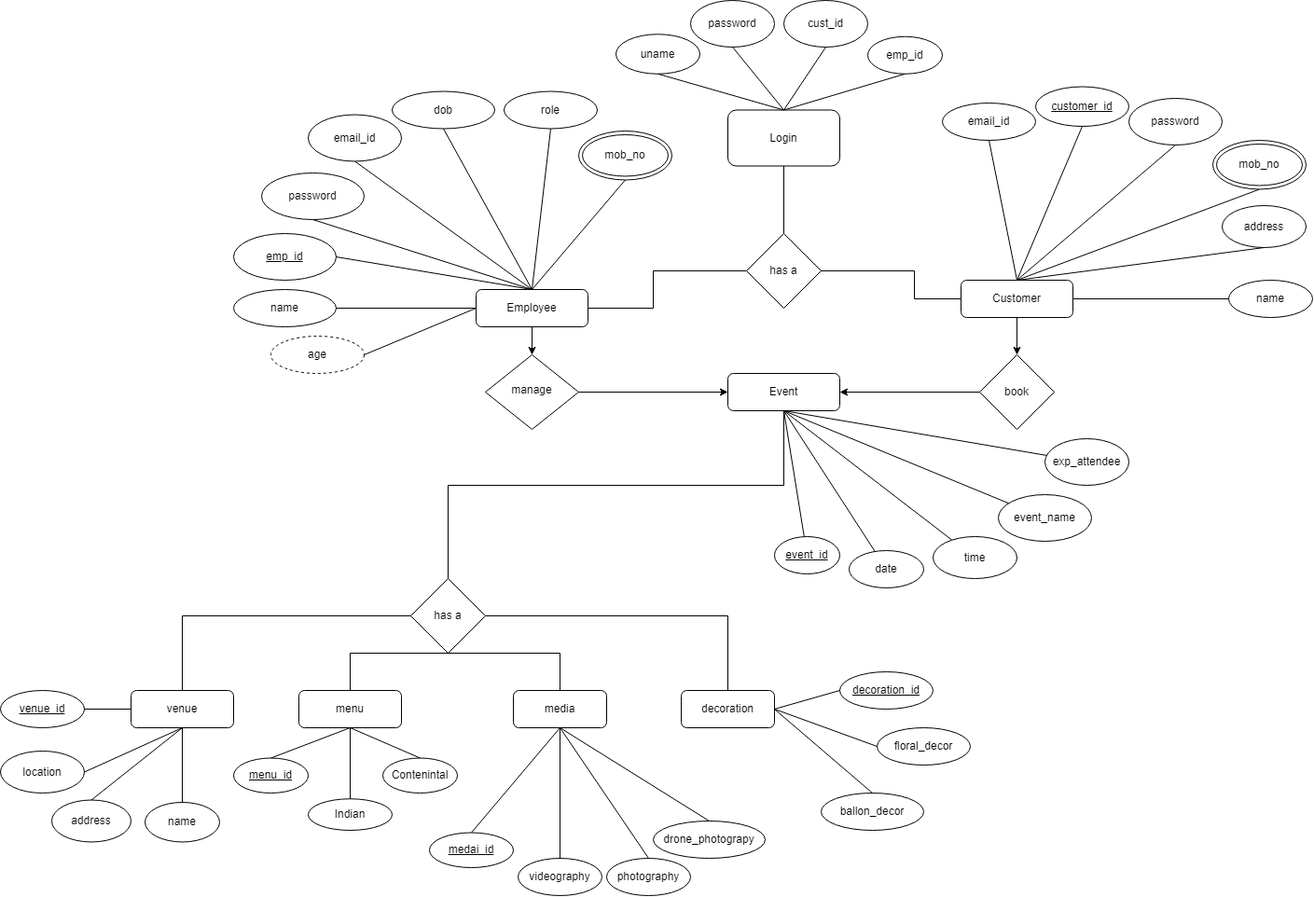
This is Documentation/ems_erd.png from sumedh-shingade/Event-Management-System, a draw.io export, as it was before one commit. Source tidied: cells renumbered, new cells last; positions are measured from the earlier drawing's top-left corner, leaving out a move shared by most shapes.
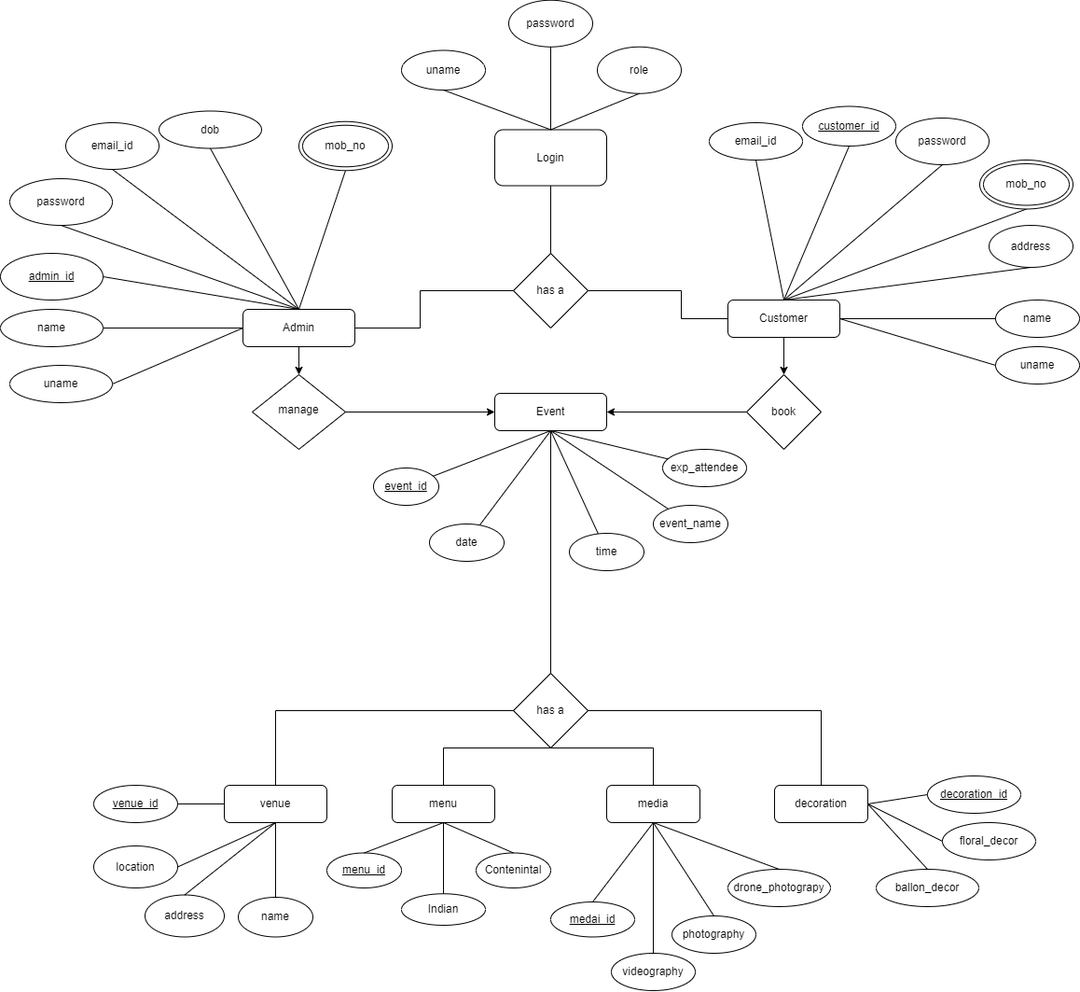
After the change.

What changed in the source:
```diff
@@ -4,28 +4,25 @@
     <mxCell id="1" parent="0" />
-    <mxCell id="2" value="Employee" style="rounded=1;whiteSpace=wrap;html=1;fontSize=12;glass=0;strokeWidth=1;shadow=0;" parent="1" vertex="1">
-      <mxGeometry x="510" y="310" width="120" height="40" as="geometry" />
+    <mxCell id="2" value="Admin" style="rounded=1;whiteSpace=wrap;html=1;fontSize=12;glass=0;strokeWidth=1;shadow=0;" parent="1" vertex="1">
+      <mxGeometry x="450" y="310" width="120" height="40" as="geometry" />
     </mxCell>
     <mxCell id="3" value="manage" style="rhombus;whiteSpace=wrap;html=1;shadow=0;fontFamily=Helvetica;fontSize=12;align=center;strokeWidth=1;spacing=6;spacingTop=-4;" parent="1" vertex="1">
-      <mxGeometry x="520" y="380" width="100" height="80" as="geometry" />
+      <mxGeometry x="460" y="380" width="100" height="80" as="geometry" />
     </mxCell>
     <mxCell id="4" value="Event" style="rounded=1;whiteSpace=wrap;html=1;fontSize=12;glass=0;strokeWidth=1;shadow=0;" parent="1" vertex="1">
-      <mxGeometry x="780" y="400" width="120" height="40" as="geometry" />
+      <mxGeometry x="720" y="400" width="120" height="40" as="geometry" />
     </mxCell>
-    <mxCell id="5" value="emp_id" style="ellipse;whiteSpace=wrap;html=1;fontStyle=4;" parent="1" vertex="1">
-      <mxGeometry x="250" y="250" width="110" height="50" as="geometry" />
+    <mxCell id="5" value="admin_id" style="ellipse;whiteSpace=wrap;html=1;fontStyle=4;" parent="1" vertex="1">
+      <mxGeometry x="190" y="250" width="110" height="50" as="geometry" />
     </mxCell>
     <mxCell id="6" value="email_id" style="ellipse;whiteSpace=wrap;html=1;" parent="1" vertex="1">
-      <mxGeometry x="330" y="122.5" width="100" height="50" as="geometry" />
+      <mxGeometry x="260" y="110" width="100" height="50" as="geometry" />
     </mxCell>
     <mxCell id="7" value="password" style="ellipse;whiteSpace=wrap;html=1;" parent="1" vertex="1">
-      <mxGeometry x="280" y="185" width="110" height="50" as="geometry" />
+      <mxGeometry x="200" y="170" width="110" height="50" as="geometry" />
     </mxCell>
     <mxCell id="8" value="name" style="ellipse;whiteSpace=wrap;html=1;" parent="1" vertex="1">
-      <mxGeometry x="250" y="310" width="110" height="40" as="geometry" />
+      <mxGeometry x="190" y="310" width="110" height="40" as="geometry" />
     </mxCell>
-    <mxCell id="9" value="role" style="ellipse;whiteSpace=wrap;html=1;" parent="1" vertex="1">
-      <mxGeometry x="540" y="97.5" width="100" height="40" as="geometry" />
-    </mxCell>
     <mxCell id="10" value="dob" style="ellipse;whiteSpace=wrap;html=1;" parent="1" vertex="1">
-      <mxGeometry x="420" y="97.5" width="110" height="40" as="geometry" />
+      <mxGeometry x="360" y="97.5" width="110" height="40" as="geometry" />
     </mxCell>
@@ -34,5 +31,2 @@
     </mxCell>
-    <mxCell id="12" style="endArrow=none;html=1;rounded=0;exitX=0.5;exitY=0;exitDx=0;exitDy=0;entryX=0.5;entryY=1;entryDx=0;entryDy=0;" parent="1" edge="1" source="2" target="9">
-      <mxGeometry relative="1" as="geometry" />
-    </mxCell>
     <mxCell id="13" style="endArrow=none;html=1;rounded=0;exitX=0.5;exitY=1;exitDx=0;exitDy=0;entryX=0.5;entryY=0;entryDx=0;entryDy=0;" parent="1" edge="1" source="10" target="2">
@@ -56,18 +50,18 @@
     <mxCell id="19" value="Customer" style="rounded=1;whiteSpace=wrap;html=1;" parent="1" vertex="1">
-      <mxGeometry x="1030" y="300" width="120" height="40" as="geometry" />
+      <mxGeometry x="970" y="300" width="120" height="40" as="geometry" />
     </mxCell>
     <mxCell id="20" value="customer_id" style="ellipse;whiteSpace=wrap;html=1;fontStyle=4;" parent="1" vertex="1">
-      <mxGeometry x="1110" y="92.5" width="100" height="42.5" as="geometry" />
+      <mxGeometry x="1050" y="92.5" width="100" height="42.5" as="geometry" />
     </mxCell>
     <mxCell id="21" value="email_id" style="ellipse;whiteSpace=wrap;html=1;" parent="1" vertex="1">
-      <mxGeometry x="1010" y="110" width="100" height="40" as="geometry" />
+      <mxGeometry x="950" y="110" width="100" height="40" as="geometry" />
     </mxCell>
     <mxCell id="22" value="password" style="ellipse;whiteSpace=wrap;html=1;" parent="1" vertex="1">
-      <mxGeometry x="1210" y="105" width="100" height="50" as="geometry" />
+      <mxGeometry x="1150" y="105" width="100" height="50" as="geometry" />
     </mxCell>
     <mxCell id="23" value="address" style="ellipse;whiteSpace=wrap;html=1;" parent="1" vertex="1">
-      <mxGeometry x="1310" y="220" width="90" height="45" as="geometry" />
+      <mxGeometry x="1250" y="220" width="90" height="45" as="geometry" />
     </mxCell>
     <mxCell id="24" value="name" style="ellipse;whiteSpace=wrap;html=1;" parent="1" vertex="1">
-      <mxGeometry x="1317" y="300" width="90" height="40" as="geometry" />
+      <mxGeometry x="1257" y="300" width="90" height="40" as="geometry" />
     </mxCell>
@@ -95,3 +89,3 @@
     <mxCell id="32" value="book" style="rhombus;whiteSpace=wrap;html=1;" parent="1" vertex="1">
-      <mxGeometry x="1050" y="380" width="80" height="80" as="geometry" />
+      <mxGeometry x="990" y="380" width="80" height="80" as="geometry" />
     </mxCell>
@@ -101,34 +95,31 @@
     <mxCell id="34" value="has a" style="rhombus;whiteSpace=wrap;html=1;" parent="1" vertex="1">
-      <mxGeometry x="440" y="620" width="80" height="80" as="geometry" />
+      <mxGeometry x="740" y="700" width="80" height="80" as="geometry" />
     </mxCell>
     <mxCell id="35" value="venue" style="rounded=1;whiteSpace=wrap;html=1;" parent="1" vertex="1">
-      <mxGeometry x="140" y="740" width="110" height="40" as="geometry" />
+      <mxGeometry x="430" y="820" width="110" height="40" as="geometry" />
     </mxCell>
     <mxCell id="36" value="menu" style="rounded=1;whiteSpace=wrap;html=1;" parent="1" vertex="1">
-      <mxGeometry x="320" y="740" width="110" height="40" as="geometry" />
+      <mxGeometry x="610" y="820" width="110" height="40" as="geometry" />
     </mxCell>
     <mxCell id="37" value="media" style="rounded=1;whiteSpace=wrap;html=1;" parent="1" vertex="1">
-      <mxGeometry x="550" y="740" width="100" height="40" as="geometry" />
+      <mxGeometry x="840" y="820" width="100" height="40" as="geometry" />
     </mxCell>
     <mxCell id="38" value="decoration" style="rounded=1;whiteSpace=wrap;html=1;" parent="1" vertex="1">
-      <mxGeometry x="730" y="740" width="100" height="40" as="geometry" />
+      <mxGeometry x="1020" y="820" width="100" height="40" as="geometry" />
     </mxCell>
     <mxCell id="39" value="Login" style="rounded=1;whiteSpace=wrap;html=1;" parent="1" vertex="1">
-      <mxGeometry x="780" y="117.5" width="120" height="60" as="geometry" />
+      <mxGeometry x="720" y="117.5" width="120" height="60" as="geometry" />
     </mxCell>
     <mxCell id="40" value="has a" style="rhombus;whiteSpace=wrap;html=1;" parent="1" vertex="1">
-      <mxGeometry x="800" y="250" width="80" height="80" as="geometry" />
+      <mxGeometry x="740" y="250" width="80" height="80" as="geometry" />
     </mxCell>
     <mxCell id="41" value="uname" style="ellipse;whiteSpace=wrap;html=1;" parent="1" vertex="1">
-      <mxGeometry x="660" y="36.2" width="90" height="42.5" as="geometry" />
+      <mxGeometry x="620" y="32.5" width="90" height="42.5" as="geometry" />
     </mxCell>
     <mxCell id="42" value="password" style="ellipse;whiteSpace=wrap;html=1;" parent="1" vertex="1">
-      <mxGeometry x="740" width="90" height="50" as="geometry" />
+      <mxGeometry x="735" y="-21.2" width="90" height="50" as="geometry" />
     </mxCell>
-    <mxCell id="43" value="cust_id" style="ellipse;whiteSpace=wrap;html=1;" parent="1" vertex="1">
-      <mxGeometry x="840" width="90" height="50" as="geometry" />
+    <mxCell id="43" value="role" style="ellipse;whiteSpace=wrap;html=1;" parent="1" vertex="1">
+      <mxGeometry x="830" y="28.8" width="90" height="50" as="geometry" />
     </mxCell>
-    <mxCell id="44" value="emp_id" style="ellipse;whiteSpace=wrap;html=1;" parent="1" vertex="1">
-      <mxGeometry x="930" y="38.8" width="80" height="40" as="geometry" />
-    </mxCell>
     <mxCell id="45" style="endArrow=none;html=1;rounded=0;entryX=0.5;entryY=1;entryDx=0;entryDy=0;exitX=0.5;exitY=0;exitDx=0;exitDy=0;" parent="1" edge="1" source="40" target="39">
@@ -139,4 +130,4 @@
         <Array as="points">
-          <mxPoint x="700" y="330" />
-          <mxPoint x="700" y="290" />
+          <mxPoint x="640" y="330" />
+          <mxPoint x="640" y="290" />
         </Array>
@@ -147,4 +138,4 @@
         <Array as="points">
-          <mxPoint x="980" y="290" />
-          <mxPoint x="980" y="320" />
+          <mxPoint x="920" y="290" />
+          <mxPoint x="920" y="320" />
         </Array>
@@ -161,13 +152,2 @@
     </mxCell>
-    <mxCell id="51" style="endArrow=none;html=1;rounded=0;entryX=0.5;entryY=1;entryDx=0;entryDy=0;exitX=0.5;exitY=0;exitDx=0;exitDy=0;" parent="1" edge="1" source="39" target="44">
-      <mxGeometry relative="1" as="geometry" />
-    </mxCell>
-    <mxCell id="52" style="endArrow=none;html=1;rounded=0;entryX=0.5;entryY=1;entryDx=0;entryDy=0;exitX=0.5;exitY=0;exitDx=0;exitDy=0;" parent="1" edge="1" source="34" target="4">
-      <mxGeometry relative="1" as="geometry">
-        <Array as="points">
-          <mxPoint x="480" y="520" />
-          <mxPoint x="840" y="520" />
-        </Array>
-      </mxGeometry>
-    </mxCell>
     <mxCell id="53" style="endArrow=none;html=1;rounded=0;entryX=0;entryY=0.5;entryDx=0;entryDy=0;exitX=0.5;exitY=0;exitDx=0;exitDy=0;" parent="1" edge="1" source="35" target="34">
@@ -175,3 +155,3 @@
         <Array as="points">
-          <mxPoint x="195" y="660" />
+          <mxPoint x="485" y="740" />
         </Array>
@@ -182,3 +162,3 @@
         <Array as="points">
-          <mxPoint x="780" y="660" />
+          <mxPoint x="1070" y="740" />
         </Array>
@@ -189,3 +169,3 @@
         <Array as="points">
-          <mxPoint x="375" y="700" />
+          <mxPoint x="665" y="780" />
         </Array>
@@ -196,3 +176,3 @@
         <Array as="points">
-          <mxPoint x="600" y="700" />
+          <mxPoint x="890" y="780" />
         </Array>
@@ -201,12 +181,12 @@
     <mxCell id="57" value="venue_id" style="ellipse;whiteSpace=wrap;html=1;fontStyle=4;" parent="1" vertex="1">
-      <mxGeometry y="740" width="90" height="40" as="geometry" />
+      <mxGeometry x="290" y="820" width="90" height="40" as="geometry" />
     </mxCell>
     <mxCell id="58" value="location" style="ellipse;whiteSpace=wrap;html=1;" parent="1" vertex="1">
-      <mxGeometry y="805" width="90" height="45" as="geometry" />
+      <mxGeometry x="290" y="885" width="90" height="45" as="geometry" />
     </mxCell>
     <mxCell id="59" value="address" style="ellipse;whiteSpace=wrap;html=1;" parent="1" vertex="1">
-      <mxGeometry x="55" y="857.5" width="85" height="45" as="geometry" />
+      <mxGeometry x="345" y="937.5" width="85" height="45" as="geometry" />
     </mxCell>
     <mxCell id="60" value="name" style="ellipse;whiteSpace=wrap;html=1;" parent="1" vertex="1">
-      <mxGeometry x="155" y="860" width="80" height="42.5" as="geometry" />
+      <mxGeometry x="445" y="940" width="80" height="42.5" as="geometry" />
     </mxCell>
@@ -225,9 +205,9 @@
     <mxCell id="65" value="menu_id" style="ellipse;whiteSpace=wrap;html=1;fontStyle=4;" parent="1" vertex="1">
-      <mxGeometry x="250" y="812.5" width="80" height="37.5" as="geometry" />
+      <mxGeometry x="540" y="892.5" width="80" height="37.5" as="geometry" />
     </mxCell>
     <mxCell id="66" value="Indian" style="ellipse;whiteSpace=wrap;html=1;" parent="1" vertex="1">
-      <mxGeometry x="330" y="856.2" width="90" height="33.8" as="geometry" />
+      <mxGeometry x="620" y="936.2" width="90" height="33.8" as="geometry" />
     </mxCell>
     <mxCell id="67" value="Contenintal" style="ellipse;whiteSpace=wrap;html=1;" parent="1" vertex="1">
-      <mxGeometry x="410" y="812.5" width="80" height="37.5" as="geometry" />
+      <mxGeometry x="700" y="892.5" width="80" height="37.5" as="geometry" />
     </mxCell>
@@ -243,12 +223,12 @@
     <mxCell id="71" value="medai_id" style="ellipse;whiteSpace=wrap;html=1;fontStyle=4;" parent="1" vertex="1">
-      <mxGeometry x="460" y="892.5" width="90" height="37.5" as="geometry" />
+      <mxGeometry x="780" y="945" width="90" height="37.5" as="geometry" />
     </mxCell>
     <mxCell id="72" value="videography" style="ellipse;whiteSpace=wrap;html=1;" parent="1" vertex="1">
-      <mxGeometry x="555" y="920" width="90" height="40" as="geometry" />
+      <mxGeometry x="845" y="1000" width="90" height="40" as="geometry" />
     </mxCell>
     <mxCell id="73" value="photography" style="ellipse;whiteSpace=wrap;html=1;" parent="1" vertex="1">
-      <mxGeometry x="650" y="920" width="90" height="40" as="geometry" />
+      <mxGeometry x="910" y="960" width="90" height="40" as="geometry" />
     </mxCell>
     <mxCell id="74" value="drone_photograpy" style="ellipse;whiteSpace=wrap;html=1;" parent="1" vertex="1">
-      <mxGeometry x="700" y="880" width="120" height="40" as="geometry" />
+      <mxGeometry x="970" y="910" width="110" height="40" as="geometry" />
     </mxCell>
@@ -267,9 +247,9 @@
     <mxCell id="79" value="decoration_id" style="ellipse;whiteSpace=wrap;html=1;fontStyle=4;" parent="1" vertex="1">
-      <mxGeometry x="900" y="720" width="100" height="40" as="geometry" />
+      <mxGeometry x="1184" y="810" width="100" height="40" as="geometry" />
     </mxCell>
     <mxCell id="80" value="floral_decor" style="ellipse;whiteSpace=wrap;html=1;" parent="1" vertex="1">
-      <mxGeometry x="940" y="780" width="100" height="40" as="geometry" />
+      <mxGeometry x="1200" y="860" width="100" height="40" as="geometry" />
     </mxCell>
     <mxCell id="81" value="ballon_decor" style="ellipse;whiteSpace=wrap;html=1;" parent="1" vertex="1">
-      <mxGeometry x="880" y="850" width="110" height="40" as="geometry" />
+      <mxGeometry x="1129" y="910" width="110" height="40" as="geometry" />
     </mxCell>
@@ -288,3 +268,3 @@
     <mxCell id="86" value="event_id" style="ellipse;whiteSpace=wrap;html=1;fontStyle=4;" parent="1" vertex="1">
-      <mxGeometry x="830" y="575" width="70" height="40" as="geometry" />
+      <mxGeometry x="590" y="480" width="70" height="40" as="geometry" />
     </mxCell>
@@ -294,3 +274,3 @@
     <mxCell id="88" value="date" style="ellipse;whiteSpace=wrap;html=1;" parent="1" vertex="1">
-      <mxGeometry x="910" y="590" width="80" height="40" as="geometry" />
+      <mxGeometry x="650" y="540" width="80" height="40" as="geometry" />
     </mxCell>
@@ -300,3 +280,3 @@
     <mxCell id="90" value="time" style="ellipse;whiteSpace=wrap;html=1;" parent="1" vertex="1">
-      <mxGeometry x="1000" y="575" width="90" height="45" as="geometry" />
+      <mxGeometry x="800" y="550" width="80" height="40" as="geometry" />
     </mxCell>
@@ -306,3 +286,3 @@
     <mxCell id="92" value="event_name" style="ellipse;whiteSpace=wrap;html=1;" parent="1" vertex="1">
-      <mxGeometry x="1070" y="530" width="100" height="50" as="geometry" />
+      <mxGeometry x="890" y="520" width="80" height="40" as="geometry" />
     </mxCell>
@@ -312,3 +292,3 @@
     <mxCell id="94" value="exp_attendee" style="ellipse;whiteSpace=wrap;html=1;" parent="1" vertex="1">
-      <mxGeometry x="1120" y="470" width="90" height="50" as="geometry" />
+      <mxGeometry x="900" y="460" width="90" height="40" as="geometry" />
     </mxCell>
@@ -318,13 +298,24 @@
     <mxCell id="96" value="mob_no" style="ellipse;shape=doubleEllipse;whiteSpace=wrap;html=1;" parent="1" vertex="1">
-      <mxGeometry x="620" y="140" width="100" height="52.5" as="geometry" />
+      <mxGeometry x="510" y="108.8" width="100" height="52.5" as="geometry" />
     </mxCell>
     <mxCell id="97" value="mob_no" style="ellipse;shape=doubleEllipse;whiteSpace=wrap;html=1;" parent="1" vertex="1">
-      <mxGeometry x="1300" y="150" width="100" height="52.5" as="geometry" />
+      <mxGeometry x="1240" y="150" width="100" height="52.5" as="geometry" />
     </mxCell>
-    <mxCell id="98" value="age" style="ellipse;whiteSpace=wrap;html=1;align=center;dashed=1;" parent="1" vertex="1">
-      <mxGeometry x="290" y="360" width="100" height="40" as="geometry" />
-    </mxCell>
-    <mxCell id="99" style="endArrow=none;html=1;rounded=0;entryX=1;entryY=0.5;entryDx=0;entryDy=0;exitX=0;exitY=0.5;exitDx=0;exitDy=0;" parent="1" edge="1" source="2" target="98">
-      <mxGeometry relative="1" as="geometry" />
-    </mxCell>
+    <mxCell id="100" style="endArrow=none;html=1;rounded=0;entryX=0.5;entryY=1;entryDx=0;entryDy=0;" parent="1" edge="1" target="4">
+      <mxGeometry relative="1" as="geometry">
+        <mxPoint x="780" y="700" as="sourcePoint" />
+      </mxGeometry>
+    </mxCell>
+    <mxCell id="101" value="uname" style="ellipse;whiteSpace=wrap;html=1;" parent="1" vertex="1">
+      <mxGeometry x="200" y="370" width="110" height="40" as="geometry" />
+    </mxCell>
+    <mxCell id="102" style="endArrow=none;html=1;rounded=0;entryX=1;entryY=0.5;entryDx=0;entryDy=0;exitX=0;exitY=0.5;exitDx=0;exitDy=0;" parent="1" edge="1" source="2" target="101">
+      <mxGeometry relative="1" as="geometry" />
+    </mxCell>
+    <mxCell id="103" value="uname" style="ellipse;whiteSpace=wrap;html=1;" parent="1" vertex="1">
+      <mxGeometry x="1257" y="350" width="90" height="40" as="geometry" />
+    </mxCell>
+    <mxCell id="104" style="endArrow=none;html=1;rounded=0;entryX=0;entryY=0.5;entryDx=0;entryDy=0;exitX=1;exitY=0.5;exitDx=0;exitDy=0;" parent="1" edge="1" source="19" target="103">
+      <mxGeometry relative="1" as="geometry" />
+    </mxCell>
   </root>
```
